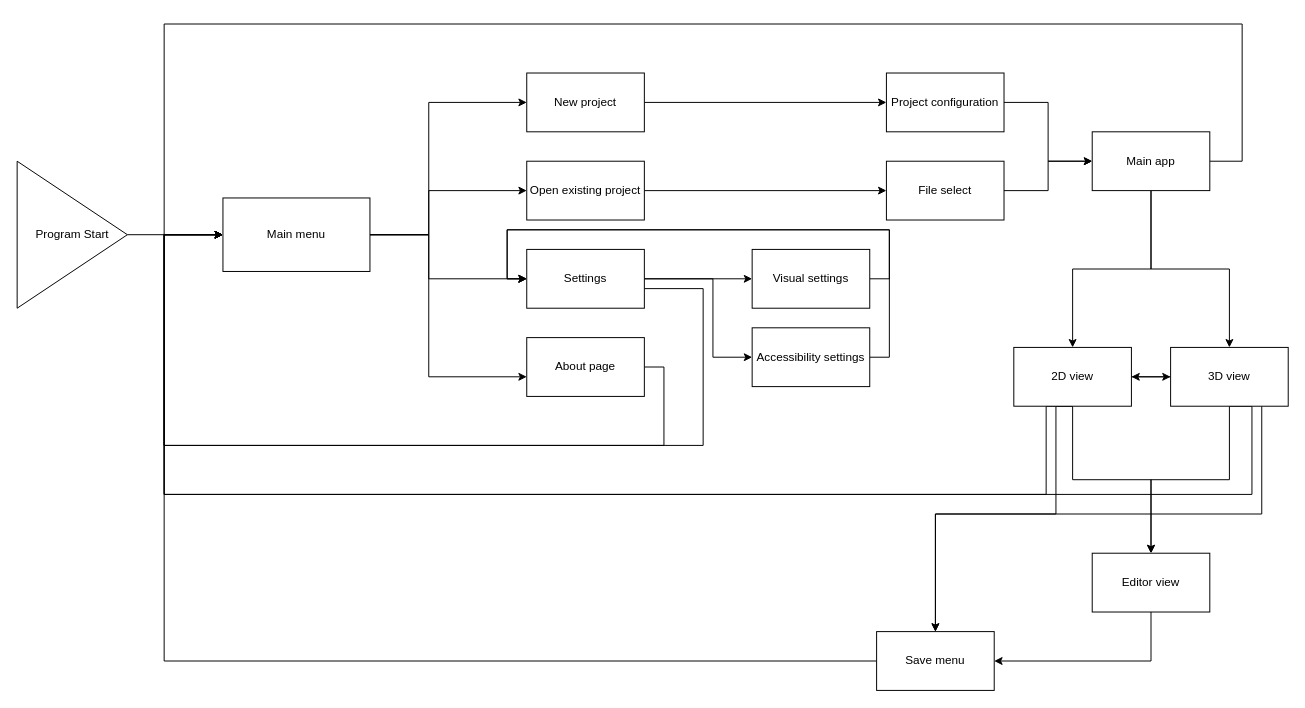
Above: page "Screen manager" (1 of 8) of Design/Project.drawio in PawekPL/Atlas-of-Dreams (draw.io), before the change. Source tidied: cells renumbered, new cells numbered last; positions are measured from the earlier drawing's top-left corner, leaving out a move shared by most shapes. Both pictures are drawn from the tidied source at 98%, with x=0, y=0 at pixel (17, 24).
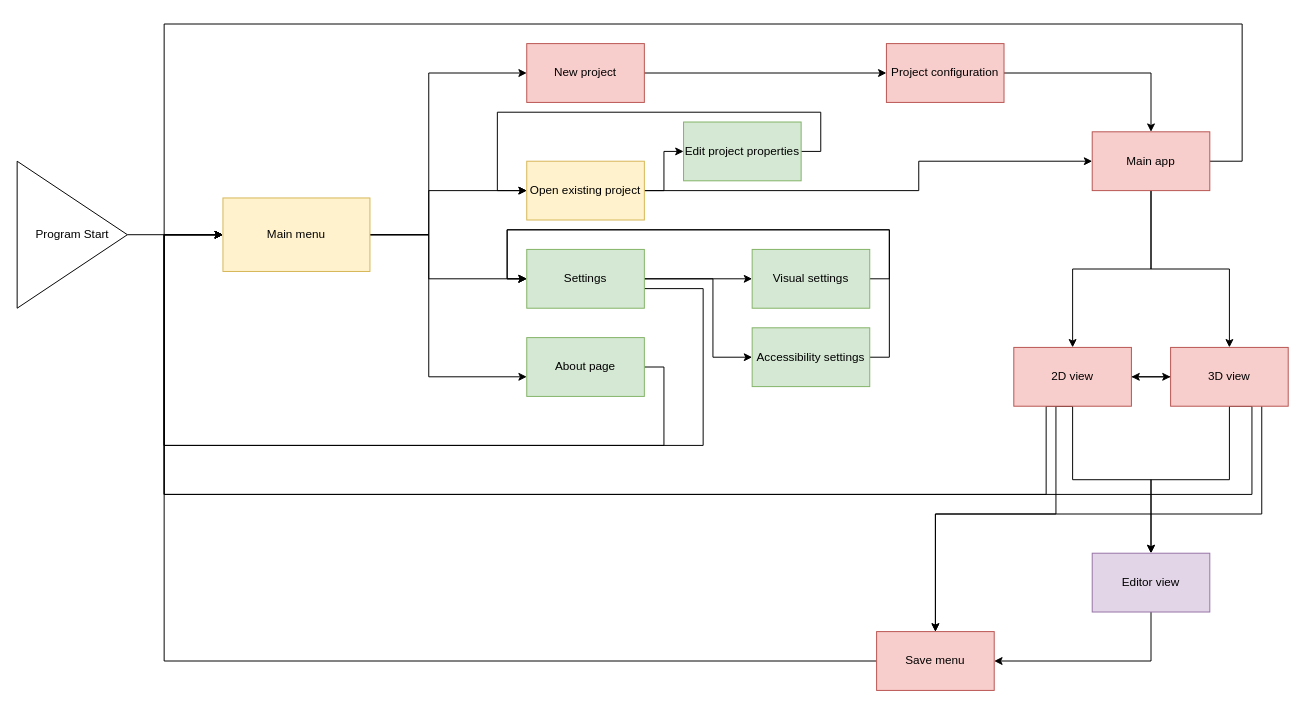
Above is the later version.

The edit, as a diff of the source:
```diff
@@
     <mxCell id="4" style="edgeStyle=orthogonalEdgeStyle;rounded=0;jettySize=auto;html=1;" parent="1" edge="1" source="8" target="10">
       <mxGeometry relative="1" as="geometry">
         <Array as="points">
           <mxPoint x="420" y="215" />
-          <mxPoint x="420" y="80" />
+          <mxPoint x="420" y="50" />
         </Array>
       </mxGeometry>
     </mxCell>
@@
-    <mxCell id="8" value="Main menu" style="whiteSpace=wrap;html=1;" parent="1" vertex="1">
+    <mxCell id="8" value="Main menu" style="whiteSpace=wrap;html=1;fillColor=#fff2cc;strokeColor=#d6b656;" parent="1" vertex="1">
       <mxGeometry x="210" y="177.5" width="150" height="75" as="geometry" />
     </mxCell>
@@
-    <mxCell id="10" value="New project" style="whiteSpace=wrap;html=1;" parent="1" vertex="1">
-      <mxGeometry x="520" y="50" width="120" height="60" as="geometry" />
+    <mxCell id="10" value="New project" style="whiteSpace=wrap;html=1;fillColor=#f8cecc;strokeColor=#b85450;" parent="1" vertex="1">
+      <mxGeometry x="520" y="20" width="120" height="60" as="geometry" />
     </mxCell>
-    <mxCell id="11" style="edgeStyle=orthogonalEdgeStyle;rounded=0;jettySize=auto;html=1;" parent="1" edge="1" source="12" target="20">
-      <mxGeometry relative="1" as="geometry" />
+    <mxCell id="11" style="edgeStyle=orthogonalEdgeStyle;rounded=0;jettySize=auto;html=1;entryX=0;entryY=0.5;entryDx=0;entryDy=0;" parent="1" edge="1" source="12" target="24">
+      <mxGeometry relative="1" as="geometry">
+        <Array as="points">
+          <mxPoint x="920" y="170" />
+          <mxPoint x="920" y="140" />
+        </Array>
+      </mxGeometry>
     </mxCell>
+    <mxCell id="45" style="edgeStyle=orthogonalEdgeStyle;rounded=0;jettySize=auto;html=1;fontSize=35;" parent="1" edge="1" source="12" target="47">
+      <mxGeometry relative="1" as="geometry" />
+    </mxCell>
-    <mxCell id="12" value="Open existing project" style="whiteSpace=wrap;html=1;" parent="1" vertex="1">
+    <mxCell id="12" value="Open existing project" style="whiteSpace=wrap;html=1;fillColor=#fff2cc;strokeColor=#d6b656;" parent="1" vertex="1">
       <mxGeometry x="520" y="140" width="120" height="60" as="geometry" />
     </mxCell>
@@
-    <mxCell id="16" value="Settings" style="whiteSpace=wrap;html=1;" parent="1" vertex="1">
+    <mxCell id="16" value="Settings" style="whiteSpace=wrap;html=1;fillColor=#d5e8d4;strokeColor=#82b366;" parent="1" vertex="1">
       <mxGeometry x="520" y="230" width="120" height="60" as="geometry" />
     </mxCell>
@@
-    <mxCell id="18" value="Project configuration" style="whiteSpace=wrap;html=1;" parent="1" vertex="1">
-      <mxGeometry x="887" y="50" width="120" height="60" as="geometry" />
+    <mxCell id="18" value="Project configuration" style="whiteSpace=wrap;html=1;fillColor=#f8cecc;strokeColor=#b85450;" parent="1" vertex="1">
+      <mxGeometry x="887" y="20" width="120" height="60" as="geometry" />
     </mxCell>
-    <mxCell id="19" style="edgeStyle=orthogonalEdgeStyle;rounded=0;jettySize=auto;html=1;entryX=0;entryY=0.5;entryDx=0;entryDy=0;fontSize=44;" parent="1" edge="1" source="20" target="24">
-      <mxGeometry relative="1" as="geometry" />
-    </mxCell>
-    <mxCell id="20" value="File select" style="whiteSpace=wrap;html=1;" parent="1" vertex="1">
-      <mxGeometry x="887" y="140" width="120" height="60" as="geometry" />
-    </mxCell>
@@
-    <mxCell id="24" value="Main app" style="whiteSpace=wrap;html=1;" parent="1" vertex="1">
+    <mxCell id="24" value="Main app" style="whiteSpace=wrap;html=1;fillColor=#f8cecc;strokeColor=#b85450;" parent="1" vertex="1">
       <mxGeometry x="1097" y="110" width="120" height="60" as="geometry" />
     </mxCell>
@@
-    <mxCell id="29" value="2D view" style="whiteSpace=wrap;html=1;" parent="1" vertex="1">
+    <mxCell id="29" value="2D view" style="whiteSpace=wrap;html=1;fillColor=#f8cecc;strokeColor=#b85450;" parent="1" vertex="1">
       <mxGeometry x="1017" y="330" width="120" height="60" as="geometry" />
     </mxCell>
@@
-    <mxCell id="34" value="3D view" style="whiteSpace=wrap;html=1;" parent="1" vertex="1">
+    <mxCell id="34" value="3D view" style="whiteSpace=wrap;html=1;fillColor=#f8cecc;strokeColor=#b85450;" parent="1" vertex="1">
       <mxGeometry x="1177" y="330" width="120" height="60" as="geometry" />
     </mxCell>
@@
-    <mxCell id="36" value="Editor view" style="whiteSpace=wrap;html=1;" parent="1" vertex="1">
+    <mxCell id="36" value="Editor view" style="whiteSpace=wrap;html=1;fillColor=#e1d5e7;strokeColor=#9673a6;" parent="1" vertex="1">
       <mxGeometry x="1097" y="540" width="120" height="60" as="geometry" />
     </mxCell>
@@
-    <mxCell id="38" value="Save menu" style="whiteSpace=wrap;html=1;" parent="1" vertex="1">
+    <mxCell id="38" value="Save menu" style="whiteSpace=wrap;html=1;fillColor=#f8cecc;strokeColor=#b85450;" parent="1" vertex="1">
       <mxGeometry x="877" y="620" width="120" height="60" as="geometry" />
     </mxCell>
@@
-    <mxCell id="40" value="About page" style="whiteSpace=wrap;html=1;" parent="1" vertex="1">
+    <mxCell id="40" value="About page" style="whiteSpace=wrap;html=1;fillColor=#d5e8d4;strokeColor=#82b366;" parent="1" vertex="1">
       <mxGeometry x="520" y="320" width="120" height="60" as="geometry" />
     </mxCell>
@@
-    <mxCell id="42" value="Visual settings" style="whiteSpace=wrap;html=1;" parent="1" vertex="1">
+    <mxCell id="42" value="Visual settings" style="whiteSpace=wrap;html=1;fillColor=#d5e8d4;strokeColor=#82b366;" parent="1" vertex="1">
       <mxGeometry x="750" y="230" width="120" height="60" as="geometry" />
     </mxCell>
@@
-    <mxCell id="44" value="Accessibility settings" style="whiteSpace=wrap;html=1;" parent="1" vertex="1">
+    <mxCell id="44" value="Accessibility settings" style="whiteSpace=wrap;html=1;fillColor=#d5e8d4;strokeColor=#82b366;" parent="1" vertex="1">
       <mxGeometry x="750" y="310" width="120" height="60" as="geometry" />
     </mxCell>
+    <mxCell id="46" style="edgeStyle=orthogonalEdgeStyle;rounded=0;jettySize=auto;html=1;entryX=0;entryY=0.5;entryDx=0;entryDy=0;fontSize=35;" parent="1" edge="1" source="47" target="12">
+      <mxGeometry relative="1" as="geometry">
+        <Array as="points">
+          <mxPoint x="820" y="130" />
+          <mxPoint x="820" y="90" />
+          <mxPoint x="490" y="90" />
+          <mxPoint x="490" y="170" />
+        </Array>
+      </mxGeometry>
+    </mxCell>
+    <mxCell id="47" value="Edit project properties" style="whiteSpace=wrap;html=1;fillColor=#d5e8d4;strokeColor=#82b366;" parent="1" vertex="1">
+      <mxGeometry x="680" y="100" width="120" height="60" as="geometry" />
+    </mxCell>
```
